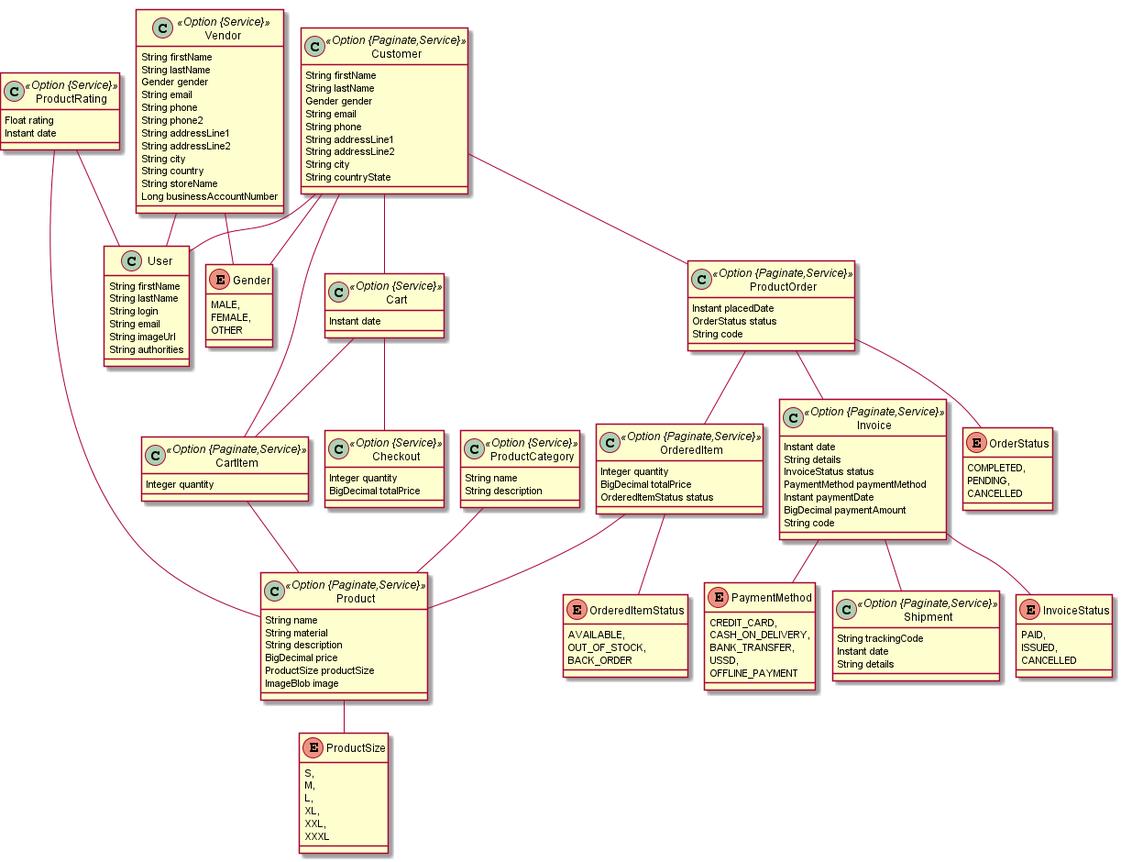
ZraelTz/online-store keeps this PlantUML diagram as online-store.png. Above is the earlier version.
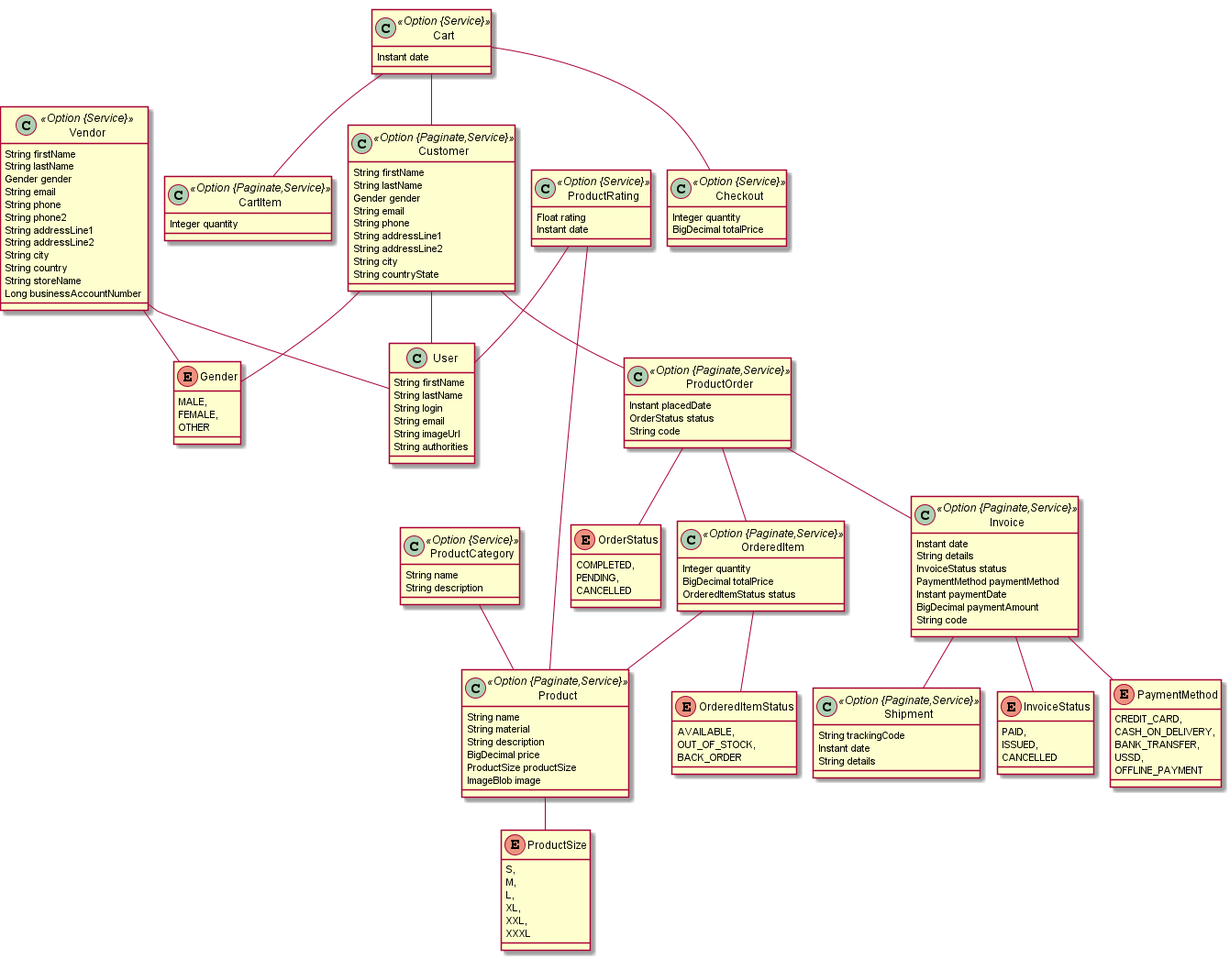
After the change.

Commit message:
Deploy to Heroku

Diff of the diagram source:
```diff
@@ -121,14 +121,12 @@
 	Customer  "user(login) 0..1 " -- "0..1 "  User
 	ProductRating  "user(login) 0..1 " -- "0..1 "  User
 	Vendor  "user(login) 0..1 " -- "0..1 "  User
-	Customer  "0..1 " -- "customer(email) 0..1 "  Cart
-	CartItem  "product(name) 0..1 " -- "0..1 "  Product
+	Cart  "customer(email) 0..1 " -- "0..1 "  Customer
 	Cart  "checkout(totalPrice) 0..1 " -- "cart 0..1 "  Checkout
 	ProductOrder  "invoice 0..1 " --o "productOrder(code)  1..* "  Invoice
 	ProductOrder  "orderedItem 0..1 " --o "productOrder(code)  1..* "  OrderedItem
 	ProductCategory  "product 0..1 " --o "productCategory(name)  1..* "  Product
 	Customer  "order 0..1 " --o "customer(email)  1..* "  ProductOrder
-	Customer  "cartItem 0..1 " --o "customer(email)  1..* "  CartItem
 	Invoice  "shipment 0..1 " --o "invoice(code)  1..* "  Shipment
 	Cart  "cartItem 0..1 " --o "cart 0..* "  CartItem
 	OrderedItem  "product(name)  1..* " o-- "0..1 "  Product
```
